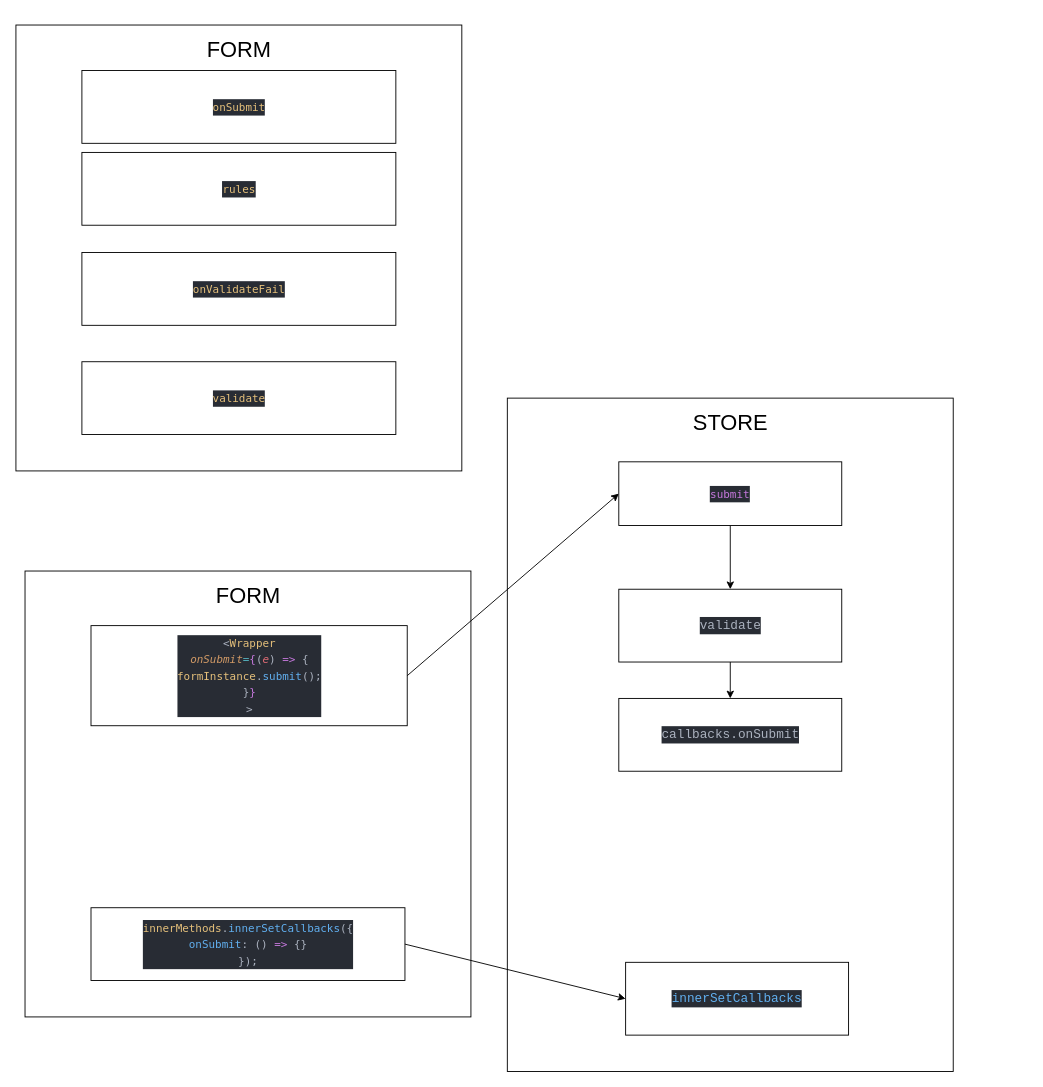
Above: page "rules validate" (3 of 3) of stories/form.drawio in chrislol98/dildo-design (draw.io), before the change. Source tidied: cells renumbered, new cells numbered last; positions are measured from the earlier drawing's top-left corner, leaving out a move shared by most shapes. Both pictures are drawn from the tidied source at 91%, with x=0, y=0 at pixel (15, 25).
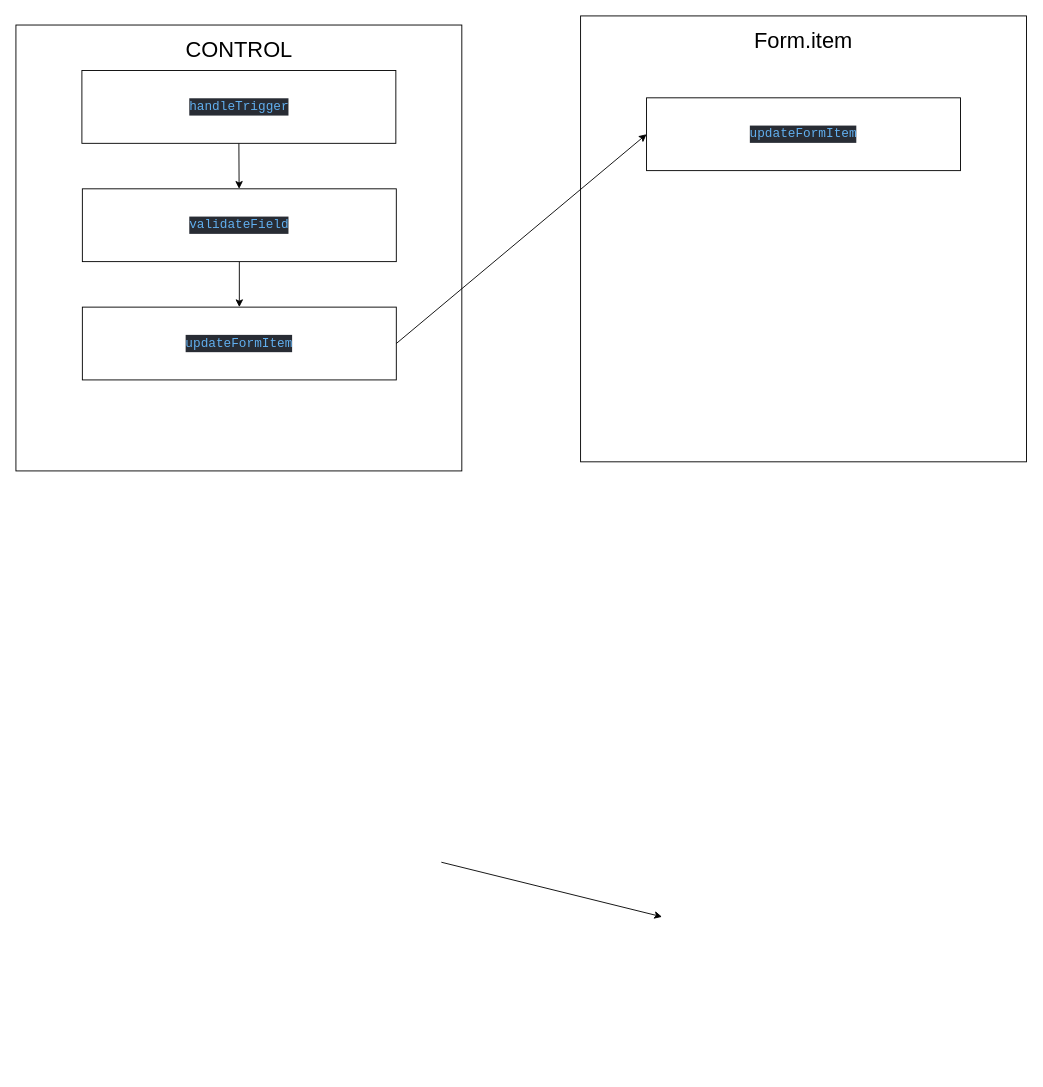
Above is the later version.

The change refers to these unchanged cells:
```xml
<mxCell id="19" style="group;" parent="1" vertex="1">
  <mxGeometry width="490" height="490" as="geometry" />
</mxCell>
```

What changed in the source:
```diff
@@
-    <mxCell id="2" style="group;" parent="1" vertex="1">
-      <mxGeometry x="10" y="600" width="490" height="490" as="geometry" />
-    </mxCell>
-    <mxCell id="3" style="rounded=0;whiteSpace=wrap;html=1;strokeColor=default;fontFamily=Helvetica;fontSize=12;fontColor=default;fillColor=default;" parent="2" vertex="1">
-      <mxGeometry width="490" height="490" as="geometry" />
-    </mxCell>
-    <mxCell id="4" value="&lt;span style=&quot;font-size: 24px;&quot;&gt;FORM&lt;br&gt;&lt;/span&gt;" style="text;html=1;strokeColor=none;fillColor=none;align=center;verticalAlign=middle;whiteSpace=wrap;rounded=0;fontFamily=Helvetica;fontSize=12;fontColor=default;" parent="2" vertex="1">
-      <mxGeometry x="183.8" y="15.7" width="122.5" height="23.6" as="geometry" />
-    </mxCell>
-    <mxCell id="5" value="&lt;div style=&quot;background-color: rgb(40, 44, 52); font-family: Consolas, &amp;quot;Courier New&amp;quot;, monospace; font-size: 14px; line-height: 19px; color: rgb(171, 178, 191);&quot;&gt;&lt;div style=&quot;line-height: 19px;&quot;&gt;&lt;div style=&quot;line-height: 19px;&quot;&gt;&lt;div style=&quot;line-height: 19px;&quot;&gt;&lt;div style=&quot;font-family: Menlo, Monaco, &amp;quot;Courier New&amp;quot;, monospace; font-size: 12px; line-height: 18px;&quot;&gt;&lt;div&gt;&lt;span style=&quot;color: #e5c07b;&quot;&gt;innerMethods&lt;/span&gt;.&lt;span style=&quot;color: #61afef;&quot;&gt;innerSetCallbacks&lt;/span&gt;({&lt;/div&gt;&lt;div&gt;  &lt;span style=&quot;color: #61afef;&quot;&gt;onSubmit&lt;/span&gt;: () &lt;span style=&quot;color: #c678dd;&quot;&gt;=&amp;gt;&lt;/span&gt; {}&lt;/div&gt;&lt;div&gt;});&lt;/div&gt;&lt;/div&gt;&lt;/div&gt;&lt;/div&gt;&lt;/div&gt;&lt;/div&gt;" style="rounded=0;whiteSpace=wrap;html=1;strokeColor=default;fontFamily=Helvetica;fontSize=12;fontColor=default;fillColor=default;" parent="2" vertex="1">
-      <mxGeometry x="72.5" y="370" width="345" height="80" as="geometry" />
-    </mxCell>
-    <mxCell id="6" value="&lt;div style=&quot;background-color: rgb(40, 44, 52); font-family: Consolas, &amp;quot;Courier New&amp;quot;, monospace; font-size: 14px; line-height: 19px; color: rgb(171, 178, 191);&quot;&gt;&lt;div style=&quot;line-height: 19px;&quot;&gt;&lt;div style=&quot;line-height: 19px;&quot;&gt;&lt;div style=&quot;line-height: 19px;&quot;&gt;&lt;div style=&quot;font-family: Menlo, Monaco, &amp;quot;Courier New&amp;quot;, monospace; font-size: 12px; line-height: 18px;&quot;&gt;&lt;div style=&quot;line-height: 18px;&quot;&gt;&lt;div&gt;&amp;lt;&lt;span style=&quot;color: #e5c07b;&quot;&gt;Wrapper&lt;/span&gt;&lt;/div&gt;&lt;div&gt;&lt;span style=&quot;color: #d19a66;font-style: italic;&quot;&gt;onSubmit&lt;/span&gt;&lt;span style=&quot;color: #56b6c2;&quot;&gt;=&lt;/span&gt;&lt;span style=&quot;color: #c678dd;&quot;&gt;{&lt;/span&gt;(&lt;span style=&quot;color: #e06c75;font-style: italic;&quot;&gt;e&lt;/span&gt;) &lt;span style=&quot;color: #c678dd;&quot;&gt;=&amp;gt;&lt;/span&gt; {&lt;/div&gt;&lt;div&gt;  &lt;span style=&quot;color: #e5c07b;&quot;&gt;formInstance&lt;/span&gt;.&lt;span style=&quot;color: #61afef;&quot;&gt;submit&lt;/span&gt;();&lt;/div&gt;&lt;div&gt;}&lt;span style=&quot;color: #c678dd;&quot;&gt;}&lt;/span&gt;&lt;/div&gt;&lt;div&gt;&amp;gt;&lt;/div&gt;&lt;/div&gt;&lt;/div&gt;&lt;/div&gt;&lt;/div&gt;&lt;/div&gt;&lt;/div&gt;" style="rounded=0;whiteSpace=wrap;html=1;strokeColor=default;fontFamily=Helvetica;fontSize=12;fontColor=default;fillColor=default;" parent="2" vertex="1">
-      <mxGeometry x="72.5" y="60" width="347.5" height="110" as="geometry" />
-    </mxCell>
-    <mxCell id="7" style="group;" parent="1" vertex="1">
-      <mxGeometry x="540" y="410" width="490" height="740" as="geometry" />
-    </mxCell>
-    <mxCell id="8" style="rounded=0;whiteSpace=wrap;html=1;strokeColor=default;fontFamily=Helvetica;fontSize=12;fontColor=default;fillColor=default;" parent="7" vertex="1">
-      <mxGeometry width="490" height="740" as="geometry" />
-    </mxCell>
-    <mxCell id="9" style="edgeStyle=none;html=1;exitX=0.5;exitY=1;exitDx=0;exitDy=0;" parent="7" edge="1" source="10" target="15">
-      <mxGeometry relative="1" as="geometry" />
-    </mxCell>
-    <mxCell id="10" value="&lt;div style=&quot;color: rgb(171, 178, 191); background-color: rgb(40, 44, 52); font-family: Consolas, &amp;quot;Courier New&amp;quot;, monospace; font-size: 14px; line-height: 19px;&quot;&gt;&lt;div style=&quot;line-height: 19px;&quot;&gt;&lt;br&gt;&lt;/div&gt;&lt;/div&gt;" style="rounded=0;whiteSpace=wrap;html=1;strokeColor=default;fontFamily=Helvetica;fontSize=12;fontColor=default;fillColor=default;" parent="7" vertex="1">
-      <mxGeometry x="122.5" y="70" width="245" height="70" as="geometry" />
-    </mxCell>
-    <mxCell id="11" value="&lt;span style=&quot;font-size: 24px;&quot;&gt;STORE&lt;br&gt;&lt;/span&gt;" style="text;html=1;strokeColor=none;fillColor=none;align=center;verticalAlign=middle;whiteSpace=wrap;rounded=0;fontFamily=Helvetica;fontSize=12;fontColor=default;" parent="7" vertex="1">
-      <mxGeometry x="183.8" y="15.7" width="122.5" height="23.6" as="geometry" />
-    </mxCell>
-    <mxCell id="12" value="&lt;div style=&quot;background-color: rgb(40, 44, 52); font-family: Menlo, Monaco, &amp;quot;Courier New&amp;quot;, monospace; line-height: 18px;&quot;&gt;&lt;font color=&quot;#c678dd&quot;&gt;submit&lt;/font&gt;&lt;/div&gt;" style="text;html=1;strokeColor=none;fillColor=none;align=center;verticalAlign=middle;whiteSpace=wrap;rounded=0;fontFamily=Helvetica;fontSize=12;fontColor=default;" parent="7" vertex="1">
-      <mxGeometry x="158.1" y="95" width="173.8" height="20" as="geometry" />
-    </mxCell>
-    <mxCell id="13" value="&lt;div style=&quot;color: rgb(171, 178, 191); background-color: rgb(40, 44, 52); font-family: Consolas, &amp;quot;Courier New&amp;quot;, monospace; font-size: 14px; line-height: 19px;&quot;&gt;&lt;div style=&quot;line-height: 19px;&quot;&gt;&lt;div style=&quot;line-height: 19px;&quot;&gt;&lt;div style=&quot;line-height: 19px;&quot;&gt;&lt;span style=&quot;color: #61afef;&quot;&gt;innerSetCallbacks&lt;/span&gt;&lt;/div&gt;&lt;/div&gt;&lt;/div&gt;&lt;/div&gt;" style="rounded=0;whiteSpace=wrap;html=1;strokeColor=default;fontFamily=Helvetica;fontSize=12;fontColor=default;fillColor=default;" parent="7" vertex="1">
-      <mxGeometry x="130" y="620" width="245" height="80" as="geometry" />
-    </mxCell>
-    <mxCell id="14" style="edgeStyle=none;html=1;exitX=0.5;exitY=1;exitDx=0;exitDy=0;" parent="7" edge="1" source="15" target="16">
-      <mxGeometry relative="1" as="geometry" />
-    </mxCell>
-    <mxCell id="15" value="&lt;div style=&quot;color: rgb(171, 178, 191); background-color: rgb(40, 44, 52); font-family: Consolas, &amp;quot;Courier New&amp;quot;, monospace; font-size: 14px; line-height: 19px;&quot;&gt;&lt;div style=&quot;line-height: 19px;&quot;&gt;validate&lt;/div&gt;&lt;/div&gt;" style="rounded=0;whiteSpace=wrap;html=1;strokeColor=default;fontFamily=Helvetica;fontSize=12;fontColor=default;fillColor=default;" parent="7" vertex="1">
-      <mxGeometry x="122.5" y="210" width="245" height="80" as="geometry" />
-    </mxCell>
-    <mxCell id="16" value="&lt;div style=&quot;color: rgb(171, 178, 191); background-color: rgb(40, 44, 52); font-family: Consolas, &amp;quot;Courier New&amp;quot;, monospace; font-size: 14px; line-height: 19px;&quot;&gt;&lt;div style=&quot;line-height: 19px;&quot;&gt;callbacks.onSubmit&lt;/div&gt;&lt;/div&gt;" style="rounded=0;whiteSpace=wrap;html=1;strokeColor=default;fontFamily=Helvetica;fontSize=12;fontColor=default;fillColor=default;" parent="7" vertex="1">
-      <mxGeometry x="122.5" y="330" width="245" height="80" as="geometry" />
-    </mxCell>
-    <mxCell id="17" style="edgeStyle=none;html=1;exitX=1;exitY=0.5;exitDx=0;exitDy=0;entryX=0;entryY=0.5;entryDx=0;entryDy=0;fontFamily=Helvetica;fontSize=24;fontColor=default;" parent="1" edge="1" source="5" target="13">
-      <mxGeometry relative="1" as="geometry" />
+    <mxCell id="17" style="edgeStyle=none;html=1;exitX=1;exitY=0.5;exitDx=0;exitDy=0;entryX=0;entryY=0.5;entryDx=0;entryDy=0;fontFamily=Helvetica;fontSize=24;fontColor=default;" parent="1" edge="1">
+      <mxGeometry relative="1" as="geometry">
+        <mxPoint x="467.5" y="920" as="sourcePoint" />
+        <mxPoint x="710" y="980" as="targetPoint" />
+      </mxGeometry>
     </mxCell>
-    <mxCell id="18" style="edgeStyle=none;html=1;exitX=1;exitY=0.5;exitDx=0;exitDy=0;entryX=0;entryY=0.5;entryDx=0;entryDy=0;" parent="1" edge="1" source="6" target="10">
-      <mxGeometry relative="1" as="geometry" />
-    </mxCell>
@@
-    <mxCell id="21" value="&lt;span style=&quot;font-size: 24px;&quot;&gt;FORM&lt;br&gt;&lt;/span&gt;" style="text;html=1;strokeColor=none;fillColor=none;align=center;verticalAlign=middle;whiteSpace=wrap;rounded=0;fontFamily=Helvetica;fontSize=12;fontColor=default;" parent="19" vertex="1">
+    <mxCell id="21" value="&lt;span style=&quot;font-size: 24px;&quot;&gt;CONTROL&lt;br&gt;&lt;/span&gt;" style="text;html=1;strokeColor=none;fillColor=none;align=center;verticalAlign=middle;whiteSpace=wrap;rounded=0;fontFamily=Helvetica;fontSize=12;fontColor=default;" parent="19" vertex="1">
       <mxGeometry x="183.8" y="15.7" width="122.5" height="23.6" as="geometry" />
     </mxCell>
-    <mxCell id="22" value="&lt;div style=&quot;background-color: rgb(40, 44, 52); font-family: Consolas, &amp;quot;Courier New&amp;quot;, monospace; font-size: 14px; line-height: 19px;&quot;&gt;&lt;div style=&quot;line-height: 19px;&quot;&gt;&lt;div style=&quot;line-height: 19px;&quot;&gt;&lt;div style=&quot;line-height: 19px;&quot;&gt;&lt;div style=&quot;font-family: Menlo, Monaco, &amp;quot;Courier New&amp;quot;, monospace; font-size: 12px; line-height: 18px;&quot;&gt;&lt;div style=&quot;&quot;&gt;&lt;font color=&quot;#e5c07b&quot;&gt;validate&lt;/font&gt;&lt;/div&gt;&lt;/div&gt;&lt;/div&gt;&lt;/div&gt;&lt;/div&gt;&lt;/div&gt;" style="rounded=0;whiteSpace=wrap;html=1;strokeColor=default;fontFamily=Helvetica;fontSize=12;fontColor=default;fillColor=default;" parent="19" vertex="1">
-      <mxGeometry x="72.5" y="370" width="345" height="80" as="geometry" />
-    </mxCell>
-    <mxCell id="23" value="&lt;div style=&quot;background-color: rgb(40, 44, 52); font-family: Consolas, &amp;quot;Courier New&amp;quot;, monospace; font-size: 14px; line-height: 19px;&quot;&gt;&lt;div style=&quot;line-height: 19px;&quot;&gt;&lt;div style=&quot;line-height: 19px;&quot;&gt;&lt;div style=&quot;line-height: 19px;&quot;&gt;&lt;div style=&quot;font-family: Menlo, Monaco, &amp;quot;Courier New&amp;quot;, monospace; font-size: 12px; line-height: 18px;&quot;&gt;&lt;div style=&quot;&quot;&gt;&lt;font color=&quot;#e5c07b&quot;&gt;rules&lt;/font&gt;&lt;/div&gt;&lt;/div&gt;&lt;/div&gt;&lt;/div&gt;&lt;/div&gt;&lt;/div&gt;" style="rounded=0;whiteSpace=wrap;html=1;strokeColor=default;fontFamily=Helvetica;fontSize=12;fontColor=default;fillColor=default;" parent="19" vertex="1">
-      <mxGeometry x="72.5" y="140" width="345" height="80" as="geometry" />
-    </mxCell>
-    <mxCell id="24" value="&lt;div style=&quot;background-color: rgb(40, 44, 52); font-family: Consolas, &amp;quot;Courier New&amp;quot;, monospace; font-size: 14px; line-height: 19px;&quot;&gt;&lt;div style=&quot;line-height: 19px;&quot;&gt;&lt;div style=&quot;line-height: 19px;&quot;&gt;&lt;div style=&quot;line-height: 19px;&quot;&gt;&lt;div style=&quot;font-family: Menlo, Monaco, &amp;quot;Courier New&amp;quot;, monospace; font-size: 12px; line-height: 18px;&quot;&gt;&lt;div style=&quot;&quot;&gt;&lt;font color=&quot;#e5c07b&quot;&gt;onValidateFail&lt;/font&gt;&lt;/div&gt;&lt;/div&gt;&lt;/div&gt;&lt;/div&gt;&lt;/div&gt;&lt;/div&gt;" style="rounded=0;whiteSpace=wrap;html=1;strokeColor=default;fontFamily=Helvetica;fontSize=12;fontColor=default;fillColor=default;" parent="19" vertex="1">
-      <mxGeometry x="72.5" y="250" width="345" height="80" as="geometry" />
-    </mxCell>
+    <mxCell id="26" style="edgeStyle=none;html=1;exitX=0.5;exitY=1;exitDx=0;exitDy=0;" parent="19" edge="1" source="25" target="28">
+      <mxGeometry relative="1" as="geometry" />
+    </mxCell>
-    <mxCell id="25" value="&lt;div style=&quot;background-color: rgb(40, 44, 52); font-family: Consolas, &amp;quot;Courier New&amp;quot;, monospace; font-size: 14px; line-height: 19px;&quot;&gt;&lt;div style=&quot;line-height: 19px;&quot;&gt;&lt;div style=&quot;line-height: 19px;&quot;&gt;&lt;div style=&quot;line-height: 19px;&quot;&gt;&lt;div style=&quot;font-family: Menlo, Monaco, &amp;quot;Courier New&amp;quot;, monospace; font-size: 12px; line-height: 18px;&quot;&gt;&lt;div style=&quot;&quot;&gt;&lt;font color=&quot;#e5c07b&quot;&gt;onSubmit&lt;/font&gt;&lt;/div&gt;&lt;/div&gt;&lt;/div&gt;&lt;/div&gt;&lt;/div&gt;&lt;/div&gt;" style="rounded=0;whiteSpace=wrap;html=1;strokeColor=default;fontFamily=Helvetica;fontSize=12;fontColor=default;fillColor=default;" parent="19" vertex="1">
+    <mxCell id="25" value="&lt;div style=&quot;background-color: rgb(40, 44, 52); font-family: Consolas, &amp;quot;Courier New&amp;quot;, monospace; font-size: 14px; line-height: 19px;&quot;&gt;&lt;div style=&quot;line-height: 19px;&quot;&gt;&lt;div style=&quot;line-height: 19px;&quot;&gt;&lt;div style=&quot;line-height: 19px;&quot;&gt;&lt;div style=&quot;font-family: Menlo, Monaco, &amp;quot;Courier New&amp;quot;, monospace; font-size: 12px; line-height: 18px;&quot;&gt;&lt;div style=&quot;&quot;&gt;&lt;div style=&quot;color: rgb(171, 178, 191); font-family: Consolas, &amp;quot;Courier New&amp;quot;, monospace; font-size: 14px; line-height: 19px;&quot;&gt;&lt;span style=&quot;color: #61afef;&quot;&gt;handleTrigger&lt;/span&gt;&lt;/div&gt;&lt;/div&gt;&lt;/div&gt;&lt;/div&gt;&lt;/div&gt;&lt;/div&gt;&lt;/div&gt;" style="rounded=0;whiteSpace=wrap;html=1;strokeColor=default;fontFamily=Helvetica;fontSize=12;fontColor=default;fillColor=default;" parent="19" vertex="1">
       <mxGeometry x="72.5" y="50" width="345" height="80" as="geometry" />
     </mxCell>
+    <mxCell id="27" style="edgeStyle=none;html=1;exitX=0.5;exitY=1;exitDx=0;exitDy=0;entryX=0.5;entryY=0;entryDx=0;entryDy=0;" parent="19" edge="1" source="28" target="29">
+      <mxGeometry relative="1" as="geometry" />
+    </mxCell>
+    <mxCell id="28" value="&lt;div style=&quot;background-color: rgb(40, 44, 52); font-family: Consolas, &amp;quot;Courier New&amp;quot;, monospace; font-size: 14px; line-height: 19px;&quot;&gt;&lt;div style=&quot;line-height: 19px;&quot;&gt;&lt;div style=&quot;line-height: 19px;&quot;&gt;&lt;div style=&quot;line-height: 19px;&quot;&gt;&lt;div style=&quot;font-family: Menlo, Monaco, &amp;quot;Courier New&amp;quot;, monospace; font-size: 12px; line-height: 18px;&quot;&gt;&lt;div style=&quot;&quot;&gt;&lt;div style=&quot;color: rgb(171, 178, 191); font-family: Consolas, &amp;quot;Courier New&amp;quot;, monospace; font-size: 14px; line-height: 19px;&quot;&gt;&lt;div style=&quot;line-height: 19px;&quot;&gt;&lt;span style=&quot;color: #61afef;&quot;&gt;validateField&lt;/span&gt;&lt;/div&gt;&lt;/div&gt;&lt;/div&gt;&lt;/div&gt;&lt;/div&gt;&lt;/div&gt;&lt;/div&gt;&lt;/div&gt;" style="rounded=0;whiteSpace=wrap;html=1;strokeColor=default;fontFamily=Helvetica;fontSize=12;fontColor=default;fillColor=default;" parent="19" vertex="1">
+      <mxGeometry x="73" y="180" width="345" height="80" as="geometry" />
+    </mxCell>
+    <mxCell id="29" value="&lt;div style=&quot;background-color: rgb(40, 44, 52); font-family: Consolas, &amp;quot;Courier New&amp;quot;, monospace; font-size: 14px; line-height: 19px;&quot;&gt;&lt;div style=&quot;line-height: 19px;&quot;&gt;&lt;div style=&quot;line-height: 19px;&quot;&gt;&lt;div style=&quot;line-height: 19px;&quot;&gt;&lt;div style=&quot;font-family: Menlo, Monaco, &amp;quot;Courier New&amp;quot;, monospace; font-size: 12px; line-height: 18px;&quot;&gt;&lt;div style=&quot;&quot;&gt;&lt;div style=&quot;color: rgb(171, 178, 191); font-family: Consolas, &amp;quot;Courier New&amp;quot;, monospace; font-size: 14px; line-height: 19px;&quot;&gt;&lt;div style=&quot;line-height: 19px;&quot;&gt;&lt;div style=&quot;line-height: 19px;&quot;&gt;&lt;span style=&quot;color: #61afef;&quot;&gt;updateFormItem&lt;/span&gt;&lt;/div&gt;&lt;/div&gt;&lt;/div&gt;&lt;/div&gt;&lt;/div&gt;&lt;/div&gt;&lt;/div&gt;&lt;/div&gt;&lt;/div&gt;" style="rounded=0;whiteSpace=wrap;html=1;strokeColor=default;fontFamily=Helvetica;fontSize=12;fontColor=default;fillColor=default;" parent="19" vertex="1">
+      <mxGeometry x="73" y="310" width="345" height="80" as="geometry" />
+    </mxCell>
+    <mxCell id="30" style="group;" parent="1" vertex="1">
+      <mxGeometry x="620" y="-10" width="490" height="490" as="geometry" />
+    </mxCell>
+    <mxCell id="31" style="rounded=0;whiteSpace=wrap;html=1;strokeColor=default;fontFamily=Helvetica;fontSize=12;fontColor=default;fillColor=default;" parent="30" vertex="1">
+      <mxGeometry x="0.5" width="490" height="490" as="geometry" />
+    </mxCell>
+    <mxCell id="32" value="&lt;span style=&quot;font-size: 24px;&quot;&gt;Form.item&lt;br&gt;&lt;/span&gt;" style="text;html=1;strokeColor=none;fillColor=none;align=center;verticalAlign=middle;whiteSpace=wrap;rounded=0;fontFamily=Helvetica;fontSize=12;fontColor=default;" parent="30" vertex="1">
+      <mxGeometry x="183.8" y="15.7" width="122.5" height="23.6" as="geometry" />
+    </mxCell>
+    <mxCell id="33" value="&lt;div style=&quot;background-color: rgb(40, 44, 52); font-family: Consolas, &amp;quot;Courier New&amp;quot;, monospace; font-size: 14px; line-height: 19px;&quot;&gt;&lt;div style=&quot;line-height: 19px;&quot;&gt;&lt;div style=&quot;line-height: 19px;&quot;&gt;&lt;div style=&quot;line-height: 19px;&quot;&gt;&lt;div style=&quot;font-family: Menlo, Monaco, &amp;quot;Courier New&amp;quot;, monospace; font-size: 12px; line-height: 18px;&quot;&gt;&lt;div style=&quot;&quot;&gt;&lt;div style=&quot;color: rgb(171, 178, 191); font-family: Consolas, &amp;quot;Courier New&amp;quot;, monospace; font-size: 14px; line-height: 19px;&quot;&gt;&lt;div style=&quot;line-height: 19px;&quot;&gt;&lt;div style=&quot;line-height: 19px;&quot;&gt;&lt;span style=&quot;color: #61afef;&quot;&gt;updateFormItem&lt;/span&gt;&lt;/div&gt;&lt;/div&gt;&lt;/div&gt;&lt;/div&gt;&lt;/div&gt;&lt;/div&gt;&lt;/div&gt;&lt;/div&gt;&lt;/div&gt;" style="rounded=0;whiteSpace=wrap;html=1;strokeColor=default;fontFamily=Helvetica;fontSize=12;fontColor=default;fillColor=default;" parent="30" vertex="1">
+      <mxGeometry x="73" y="90" width="345" height="80" as="geometry" />
+    </mxCell>
+    <mxCell id="34" style="edgeStyle=none;html=1;exitX=1;exitY=0.5;exitDx=0;exitDy=0;entryX=0;entryY=0.5;entryDx=0;entryDy=0;" parent="1" edge="1" source="29" target="33">
+      <mxGeometry relative="1" as="geometry" />
+    </mxCell>
```
